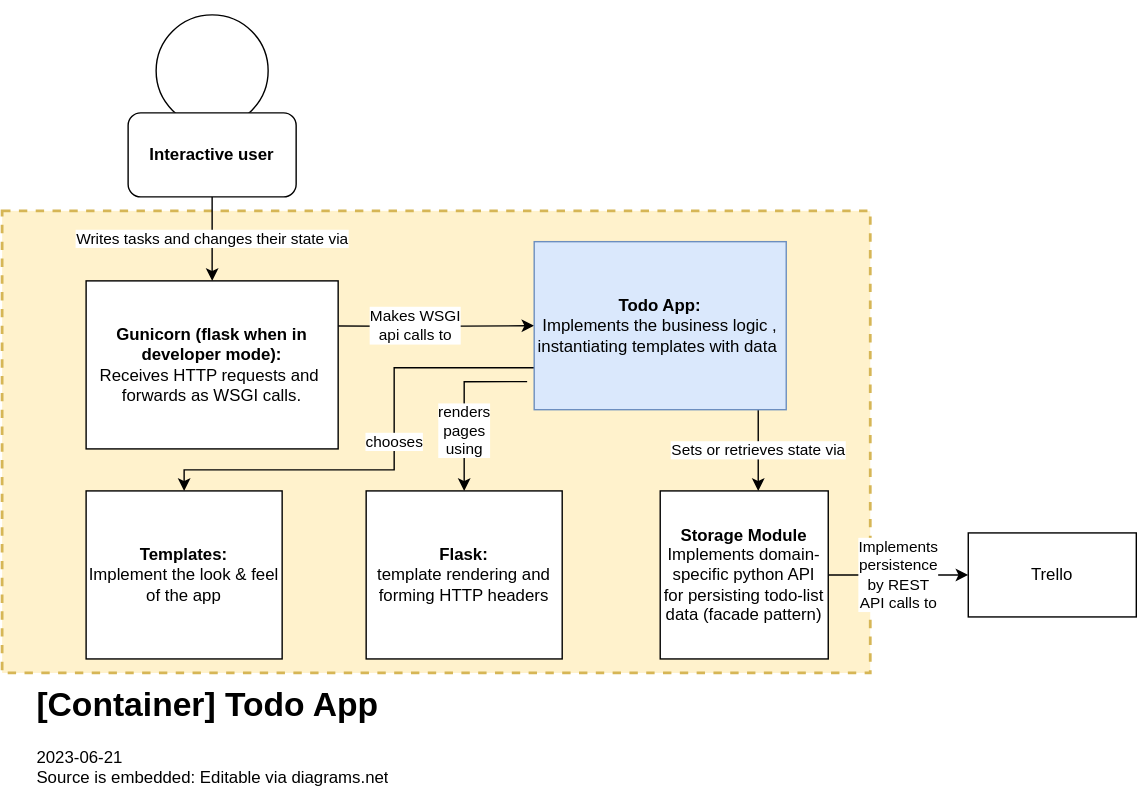
Earlier version of the draw.io export architecture/c4-1.svg (sweavo/devops-course-starter). Source tidied: cells renumbered, new cells last; positions are measured from the earlier drawing's top-left corner, leaving out a move shared by most shapes.
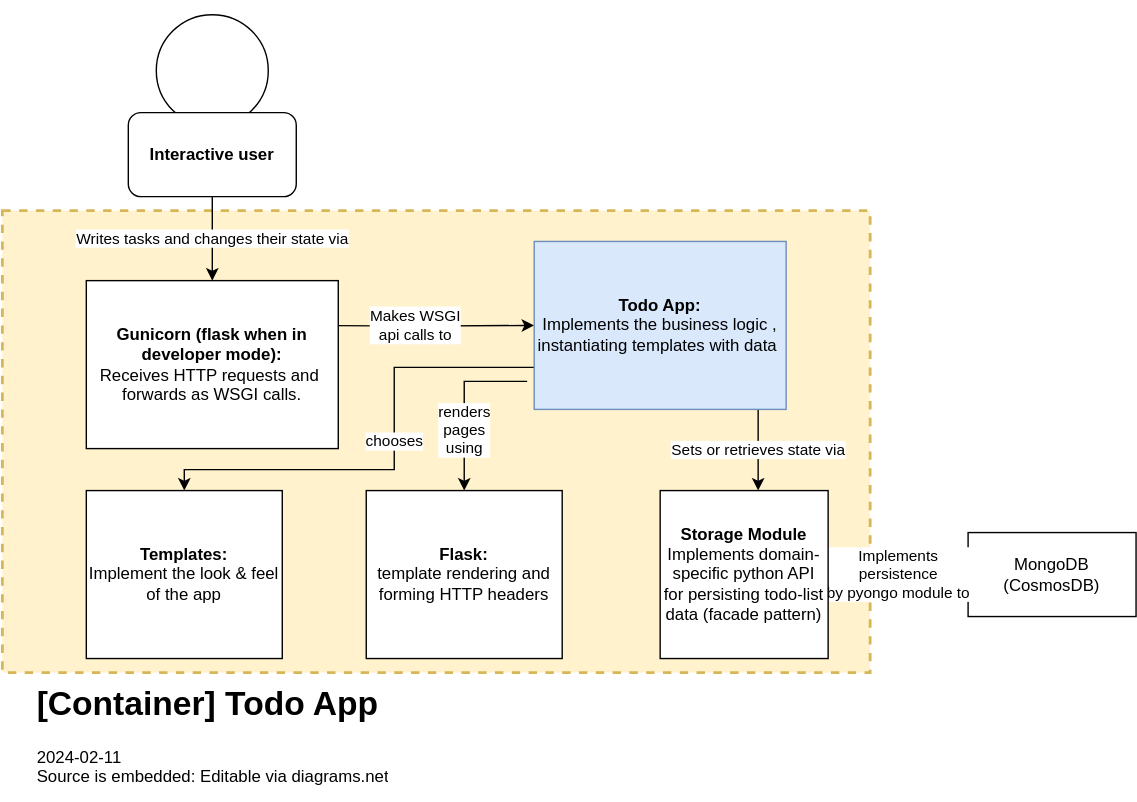
The same file after the commit.

Commit message:
revise architecture without trello

The edit, as a diff of the source:
```diff
@@ -5,7 +5,7 @@
     <mxCell id="2" style="rounded=0;whiteSpace=wrap;html=1;fillColor=#fff2cc;dashed=1;strokeWidth=2;strokeColor=#d6b656;" parent="1" vertex="1">
       <mxGeometry y="150" width="620" height="330" as="geometry" />
     </mxCell>
-    <mxCell id="3" value="&lt;h1&gt;[Container] Todo App&lt;/h1&gt;&lt;div&gt;2023-06-21&lt;/div&gt;&lt;div&gt;Source is embedded: Editable via diagrams.net&lt;/div&gt;" style="text;html=1;strokeColor=none;fillColor=none;spacing=5;spacingTop=-20;whiteSpace=wrap;overflow=hidden;rounded=0;" parent="1" vertex="1">
+    <mxCell id="3" value="&lt;h1&gt;[Container] Todo App&lt;/h1&gt;&lt;div&gt;2024-02-11&lt;/div&gt;&lt;div&gt;Source is embedded: Editable via diagrams.net&lt;/div&gt;" style="text;html=1;strokeColor=none;fillColor=none;spacing=5;spacingTop=-20;whiteSpace=wrap;overflow=hidden;rounded=0;" parent="1" vertex="1">
       <mxGeometry x="20" y="483" width="410" height="90" as="geometry" />
     </mxCell>
     <mxCell id="4" value="Writes tasks and changes their state via" style="edgeStyle=orthogonalEdgeStyle;rounded=0;jettySize=auto;html=1;" parent="1" edge="1" source="8">
@@ -13,7 +13,7 @@
         <mxPoint x="150" y="200" as="targetPoint" />
       </mxGeometry>
     </mxCell>
-    <mxCell id="5" value="Trello" style="rounded=0;whiteSpace=wrap;html=1;" parent="1" vertex="1">
+    <mxCell id="5" value="MongoDB&lt;br&gt;(CosmosDB)" style="rounded=0;whiteSpace=wrap;html=1;" parent="1" vertex="1">
       <mxGeometry x="690" y="380" width="120" height="60" as="geometry" />
     </mxCell>
     <mxCell id="6" style="group;" parent="1" vertex="1">
@@ -57,7 +57,7 @@
     <mxCell id="13" value="&lt;b&gt;Todo App: &lt;/b&gt;&lt;br&gt;Implements the business logic , instantiating templates with data&amp;nbsp;" style="rounded=0;whiteSpace=wrap;html=1;fillColor=#dae8fc;strokeColor=#6c8ebf;" parent="1" vertex="1">
       <mxGeometry x="380" y="172" width="180" height="120" as="geometry" />
     </mxCell>
-    <mxCell id="14" value="Implements &lt;br&gt;persistence &lt;br&gt;by REST &lt;br&gt;API calls to" style="edgeStyle=orthogonalEdgeStyle;rounded=0;jettySize=auto;html=1;" parent="1" edge="1" source="15" target="5">
+    <mxCell id="14" value="Implements &lt;br&gt;persistence &lt;br&gt;by pyongo module to" style="edgeStyle=orthogonalEdgeStyle;rounded=0;jettySize=auto;html=1;" parent="1" edge="1" source="15" target="5">
       <mxGeometry relative="1" as="geometry" />
     </mxCell>
     <mxCell id="15" value="&lt;b&gt;Storage Module&lt;/b&gt;&lt;br&gt;Implements domain-specific python API for persisting todo-list data (facade pattern)" style="rounded=0;whiteSpace=wrap;html=1;" parent="1" vertex="1">
```
